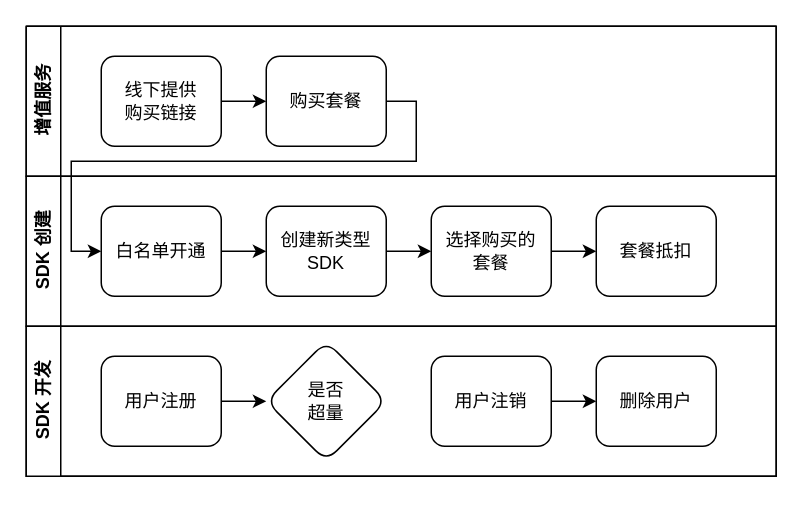
This is SDK App.drawio from Sidamor/drawio, a draw.io file, before an edit. Source tidied: cells renumbered, new cells numbered last; positions are measured from the earlier drawing's top-left corner, leaving out a move shared by most shapes. Both pictures are drawn from the tidied source at 150%, with x=0, y=0 at pixel (26, 26).
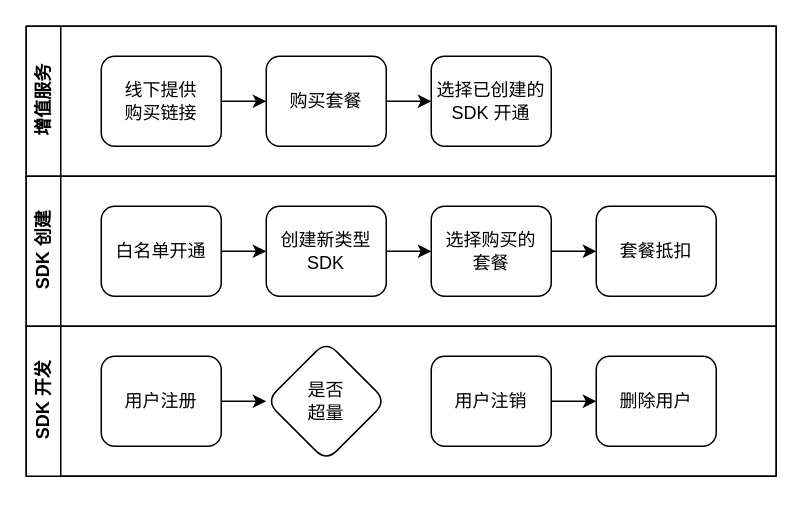
Above is the later version.

Unchanged cells that the change refers to:
```xml
<mxCell id="2" style="swimlane;startSize=0;" parent="1" vertex="1">
  <mxGeometry width="500" height="300" as="geometry" />
</mxCell>
<mxCell id="3" value="增值服务" style="swimlane;horizontal=0;whiteSpace=wrap;html=1;" parent="2" vertex="1">
  <mxGeometry width="500" height="100" as="geometry" />
</mxCell>
<mxCell id="6" value="购买套餐" style="rounded=1;whiteSpace=wrap;html=1;" parent="3" vertex="1">
  <mxGeometry x="160" y="20" width="80" height="60" as="geometry" />
</mxCell>
<mxCell id="14" value="白名单开通" style="rounded=1;whiteSpace=wrap;html=1;" parent="7" vertex="1">
  <mxGeometry x="50" y="20" width="80" height="60" as="geometry" />
</mxCell>
```

The edit, as a diff of the source:
```diff
@@
+    <mxCell id="24" style="edgeStyle=orthogonalEdgeStyle;rounded=0;jettySize=auto;html=1;" parent="3" edge="1" source="6" target="25">
+      <mxGeometry relative="1" as="geometry" />
+    </mxCell>
@@
+    <mxCell id="25" value="选择已创建的 SDK 开通" style="rounded=1;whiteSpace=wrap;html=1;" parent="3" vertex="1">
+      <mxGeometry x="270" y="20" width="80" height="60" as="geometry" />
+    </mxCell>
@@
-    <mxCell id="22" style="edgeStyle=orthogonalEdgeStyle;rounded=0;jettySize=auto;html=1;exitX=1;exitY=0.5;exitDx=0;exitDy=0;entryX=0;entryY=0.5;entryDx=0;entryDy=0;" parent="2" edge="1" source="6" target="14">
-      <mxGeometry relative="1" as="geometry">
-        <Array as="points">
-          <mxPoint x="260" y="50" />
-          <mxPoint x="260" y="90" />
-          <mxPoint x="30" y="90" />
-          <mxPoint x="30" y="150" />
-        </Array>
-      </mxGeometry>
-    </mxCell>
```
